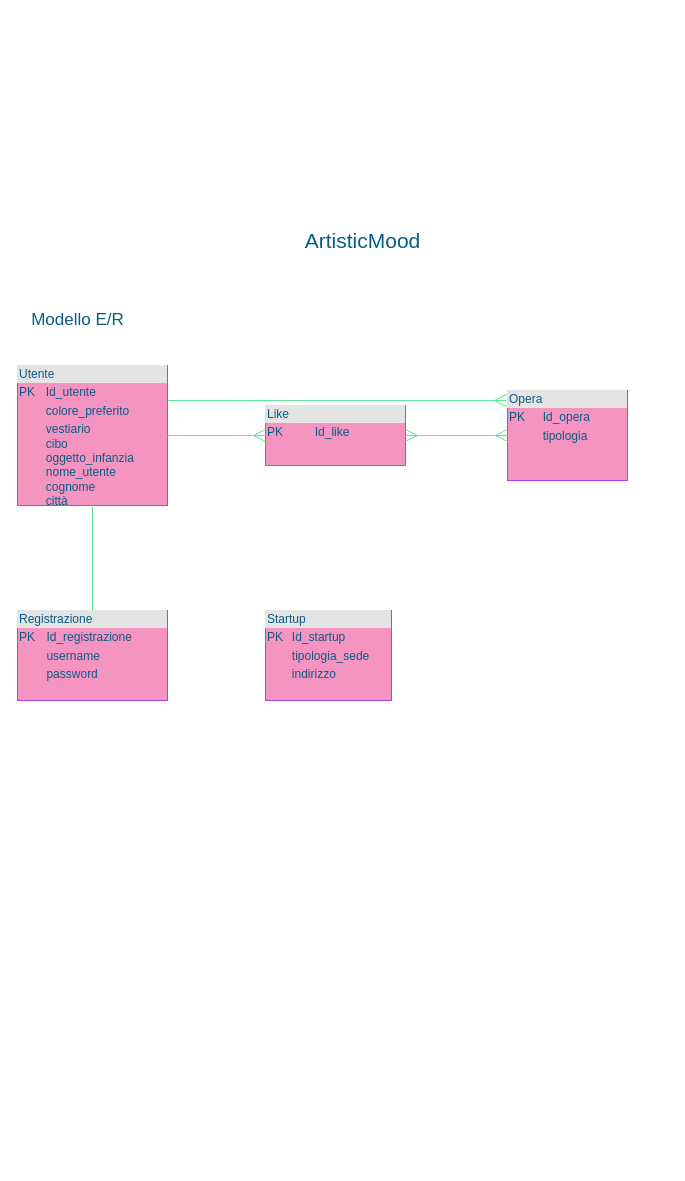
The draw.io diagram ArtisticMood.drawio in ChiaraGismondi02/ArtisticMood, before the edit. Source tidied: cells renumbered, new cells numbered last; positions are measured from the earlier drawing's top-left corner, leaving out a move shared by most shapes. Both pictures are drawn from the tidied source at 100%, with x=0, y=0 at pixel (17, 230).
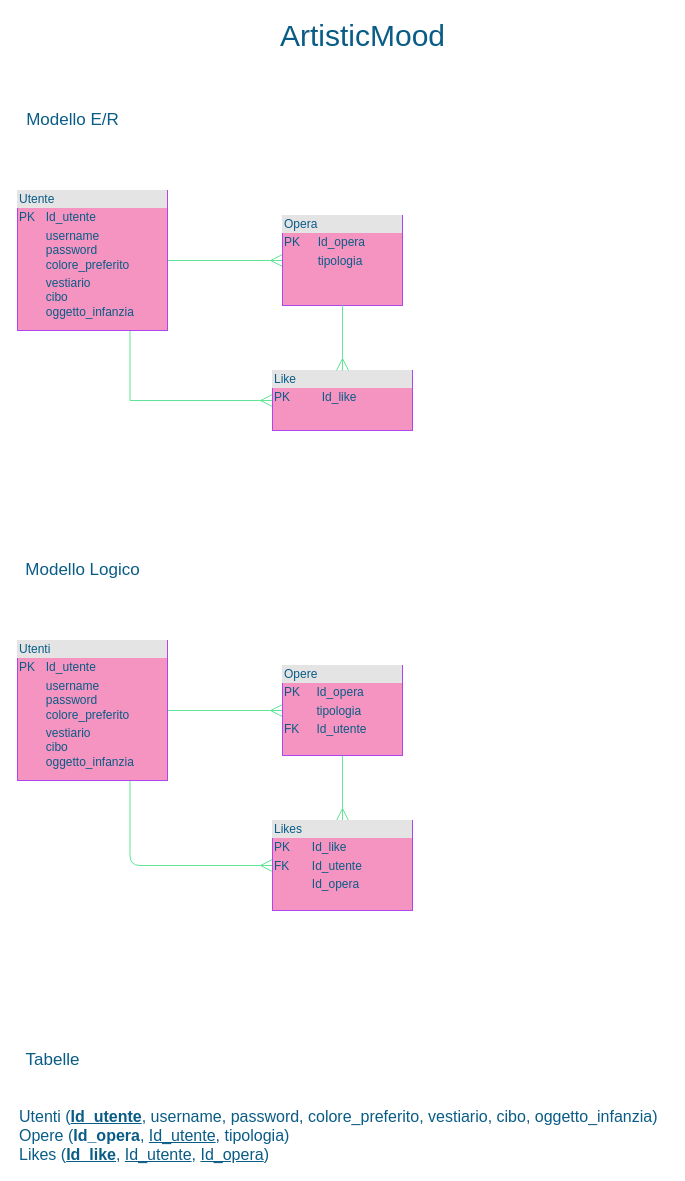
The same page after the edit.

What changed in the source:
```diff
@@
 <mxGraphModel>
   <root>
     <mxCell id="0" />
     <mxCell id="1" parent="0" />
+    <mxCell id="8" style="edgeStyle=orthogonalEdgeStyle;rounded=0;jettySize=auto;html=1;exitX=0.75;exitY=1;exitDx=0;exitDy=0;entryX=0;entryY=0.5;entryDx=0;entryDy=0;endArrow=ERmany;endFill=0;endSize=10;strokeColor=#60E696;fontColor=#095C86;" parent="1" edge="1" source="3" target="7">
+      <mxGeometry relative="1" as="geometry" />
+    </mxCell>
-    <mxCell id="2" style="edgeStyle=orthogonalEdgeStyle;curved=0;rounded=1;sketch=0;jettySize=auto;html=1;exitX=1;exitY=0.25;exitDx=0;exitDy=0;entryX=-0.008;entryY=0.111;entryDx=0;entryDy=0;entryPerimeter=0;fontColor=#095C86;strokeColor=#60E696;fillColor=#F694C1;endArrow=ERmany;endFill=0;endSize=10;" parent="1" edge="1" source="3" target="4">
+    <mxCell id="2" style="edgeStyle=orthogonalEdgeStyle;rounded=0;jettySize=auto;html=1;exitX=1;exitY=0.5;exitDx=0;exitDy=0;entryX=0;entryY=0.5;entryDx=0;entryDy=0;endArrow=ERmany;endFill=0;endSize=10;strokeColor=#60E696;fontColor=#095C86;" parent="1" edge="1" source="3" target="4">
       <mxGeometry relative="1" as="geometry" />
     </mxCell>
-    <mxCell id="3" value="&lt;div style=&quot;box-sizing: border-box ; width: 100% ; background: #e4e4e4 ; padding: 2px&quot;&gt;Utente&lt;/div&gt;&lt;table style=&quot;width: 100% ; font-size: 1em&quot; cellpadding=&quot;2&quot; cellspacing=&quot;0&quot;&gt;&lt;tbody&gt;&lt;tr&gt;&lt;td&gt;PK&lt;/td&gt;&lt;td&gt;Id_utente&lt;/td&gt;&lt;/tr&gt;&lt;tr&gt;&lt;td&gt;&lt;br&gt;&lt;/td&gt;&lt;td&gt;colore_preferito&lt;/td&gt;&lt;/tr&gt;&lt;tr&gt;&lt;td&gt;&lt;/td&gt;&lt;td&gt;vestiario&lt;br&gt;cibo&lt;br&gt;oggetto_infanzia&lt;br&gt;nome_utente&lt;br&gt;cognome&lt;br&gt;città&lt;/td&gt;&lt;/tr&gt;&lt;/tbody&gt;&lt;/table&gt;" style="verticalAlign=top;align=left;overflow=fill;html=1;fillColor=#F694C1;strokeColor=#AF45ED;fontColor=#095C86;" parent="1" vertex="1">
-      <mxGeometry y="135" width="150" height="140" as="geometry" />
+    <mxCell id="3" value="&lt;div style=&quot;box-sizing: border-box ; width: 100% ; background: #e4e4e4 ; padding: 2px&quot;&gt;Utente&lt;/div&gt;&lt;table style=&quot;width: 100% ; font-size: 1em&quot; cellpadding=&quot;2&quot; cellspacing=&quot;0&quot;&gt;&lt;tbody&gt;&lt;tr&gt;&lt;td&gt;PK&lt;/td&gt;&lt;td&gt;Id_utente&lt;br&gt;&lt;/td&gt;&lt;/tr&gt;&lt;tr&gt;&lt;td&gt;&lt;br&gt;&lt;/td&gt;&lt;td&gt;username&lt;br&gt;password&lt;br&gt;colore_preferito&lt;/td&gt;&lt;/tr&gt;&lt;tr&gt;&lt;td&gt;&lt;/td&gt;&lt;td&gt;vestiario&lt;br&gt;cibo&lt;br&gt;oggetto_infanzia&lt;br&gt;&lt;/td&gt;&lt;/tr&gt;&lt;/tbody&gt;&lt;/table&gt;" style="verticalAlign=top;align=left;overflow=fill;html=1;fillColor=#F694C1;strokeColor=#AF45ED;fontColor=#095C86;" parent="1" vertex="1">
+      <mxGeometry y="-40" width="150" height="140" as="geometry" />
     </mxCell>
     <mxCell id="4" value="&lt;div style=&quot;box-sizing: border-box ; width: 100% ; background: #e4e4e4 ; padding: 2px&quot;&gt;Opera&lt;/div&gt;&lt;table style=&quot;width: 100% ; font-size: 1em&quot; cellpadding=&quot;2&quot; cellspacing=&quot;0&quot;&gt;&lt;tbody&gt;&lt;tr&gt;&lt;td&gt;PK&lt;/td&gt;&lt;td&gt;Id_opera&lt;/td&gt;&lt;/tr&gt;&lt;tr&gt;&lt;td&gt;&lt;br&gt;&lt;/td&gt;&lt;td&gt;tipologia&lt;/td&gt;&lt;/tr&gt;&lt;tr&gt;&lt;td&gt;&lt;/td&gt;&lt;td&gt;&lt;br&gt;&lt;/td&gt;&lt;/tr&gt;&lt;/tbody&gt;&lt;/table&gt;" style="verticalAlign=top;align=left;overflow=fill;html=1;fillColor=#F694C1;strokeColor=#AF45ED;fontColor=#095C86;" parent="1" vertex="1">
-      <mxGeometry x="490" y="160" width="120" height="90" as="geometry" />
+      <mxGeometry x="265" y="-15" width="120" height="90" as="geometry" />
     </mxCell>
-    <mxCell id="5" value="&lt;div style=&quot;box-sizing: border-box ; width: 100% ; background: #e4e4e4 ; padding: 2px&quot;&gt;Registrazione&lt;/div&gt;&lt;table style=&quot;width: 100% ; font-size: 1em&quot; cellpadding=&quot;2&quot; cellspacing=&quot;0&quot;&gt;&lt;tbody&gt;&lt;tr&gt;&lt;td&gt;PK&lt;/td&gt;&lt;td&gt;Id_registrazione&lt;/td&gt;&lt;/tr&gt;&lt;tr&gt;&lt;td&gt;&lt;br&gt;&lt;/td&gt;&lt;td&gt;username&lt;/td&gt;&lt;/tr&gt;&lt;tr&gt;&lt;td&gt;&lt;/td&gt;&lt;td&gt;password&lt;/td&gt;&lt;/tr&gt;&lt;/tbody&gt;&lt;/table&gt;" style="verticalAlign=top;align=left;overflow=fill;html=1;fillColor=#F694C1;strokeColor=#AF45ED;fontColor=#095C86;" parent="1" vertex="1">
-      <mxGeometry y="380" width="150" height="90" as="geometry" />
-    </mxCell>
-    <mxCell id="6" value="&lt;div style=&quot;box-sizing: border-box ; width: 100% ; background: #e4e4e4 ; padding: 2px&quot;&gt;Startup&lt;/div&gt;&lt;table style=&quot;width: 100% ; font-size: 1em&quot; cellpadding=&quot;2&quot; cellspacing=&quot;0&quot;&gt;&lt;tbody&gt;&lt;tr&gt;&lt;td&gt;PK&lt;/td&gt;&lt;td&gt;Id_startup&lt;/td&gt;&lt;/tr&gt;&lt;tr&gt;&lt;td&gt;&lt;br&gt;&lt;/td&gt;&lt;td&gt;tipologia_sede&lt;/td&gt;&lt;/tr&gt;&lt;tr&gt;&lt;td&gt;&lt;/td&gt;&lt;td&gt;indirizzo&lt;br&gt;&lt;br&gt;&lt;/td&gt;&lt;/tr&gt;&lt;/tbody&gt;&lt;/table&gt;" style="verticalAlign=top;align=left;overflow=fill;html=1;fillColor=#F694C1;strokeColor=#AF45ED;fontColor=#095C86;" parent="1" vertex="1">
-      <mxGeometry x="248" y="380" width="126" height="90" as="geometry" />
-    </mxCell>
     <mxCell id="7" value="&lt;div style=&quot;box-sizing: border-box ; width: 100% ; background: #e4e4e4 ; padding: 2px&quot;&gt;Like&lt;/div&gt;&lt;table style=&quot;width: 100% ; font-size: 1em&quot; cellpadding=&quot;2&quot; cellspacing=&quot;0&quot;&gt;&lt;tbody&gt;&lt;tr&gt;&lt;td&gt;PK&lt;/td&gt;&lt;td&gt;Id_like&lt;/td&gt;&lt;/tr&gt;&lt;tr&gt;&lt;td&gt;&lt;br&gt;&lt;/td&gt;&lt;td&gt;&lt;br&gt;&lt;/td&gt;&lt;/tr&gt;&lt;tr&gt;&lt;td&gt;&lt;/td&gt;&lt;td&gt;&lt;br&gt;&lt;/td&gt;&lt;/tr&gt;&lt;/tbody&gt;&lt;/table&gt;" style="verticalAlign=top;align=left;overflow=fill;html=1;fillColor=#F694C1;strokeColor=#AF45ED;fontColor=#095C86;" parent="1" vertex="1">
-      <mxGeometry x="248" y="175" width="140" height="60" as="geometry" />
+      <mxGeometry x="255" y="140" width="140" height="60" as="geometry" />
     </mxCell>
-    <mxCell id="8" style="endArrow=ERmany;endFill=0;endSize=10;html=1;startSize=10;exitX=1;exitY=0.5;exitDx=0;exitDy=0;entryX=0;entryY=0.5;entryDx=0;entryDy=0;strokeColor=#60E696;fontColor=#095C86;" parent="1" edge="1" source="3" target="7">
-      <mxGeometry relative="1" as="geometry" />
-    </mxCell>
-    <mxCell id="9" style="endArrow=ERmany;endFill=0;endSize=10;html=1;exitX=0;exitY=0.5;exitDx=0;exitDy=0;startArrow=ERmany;startFill=0;startSize=10;entryX=1;entryY=0.5;entryDx=0;entryDy=0;strokeColor=#60E696;fontColor=#095C86;" parent="1" edge="1" source="4" target="7">
+    <mxCell id="9" style="endArrow=ERmany;endFill=0;endSize=10;html=1;exitX=0.5;exitY=1;exitDx=0;exitDy=0;startArrow=none;startFill=0;startSize=10;entryX=0.5;entryY=0;entryDx=0;entryDy=0;strokeColor=#60E696;fontColor=#095C86;" parent="1" edge="1" source="4" target="7">
       <mxGeometry relative="1" as="geometry" />
     </mxCell>
-    <mxCell id="10" style="endArrow=none;endFill=0;endSize=12;html=1;exitX=0.5;exitY=0;exitDx=0;exitDy=0;entryX=0.5;entryY=1;entryDx=0;entryDy=0;strokeColor=#60E696;fontColor=#095C86;" parent="1" edge="1" source="5" target="3">
-      <mxGeometry relative="1" as="geometry" />
-    </mxCell>
     <mxCell id="11" value="&lt;font style=&quot;font-size: 17px&quot;&gt;Modello E/R&lt;/font&gt;" style="text;html=1;align=center;verticalAlign=middle;fillColor=none;strokeColor=none;rounded=0;sketch=0;fontColor=#095C86;" parent="1" vertex="1">
-      <mxGeometry x="5" y="80" width="110" height="20" as="geometry" />
+      <mxGeometry y="-120" width="110" height="20" as="geometry" />
     </mxCell>
-    <mxCell id="12" value="&lt;font style=&quot;font-size: 21px&quot;&gt;ArtisticMood&lt;/font&gt;" style="text;html=1;align=center;verticalAlign=middle;fillColor=none;strokeColor=none;rounded=0;sketch=0;fontColor=#095C86;" parent="1" vertex="1">
-      <mxGeometry x="280" width="130" height="20" as="geometry" />
+    <mxCell id="12" value="&lt;font style=&quot;font-size: 30px&quot;&gt;ArtisticMood&lt;/font&gt;" style="text;html=1;align=center;verticalAlign=middle;fillColor=none;strokeColor=none;rounded=0;sketch=0;fontColor=#095C86;" parent="1" vertex="1">
+      <mxGeometry x="255" y="-210" width="180" height="30" as="geometry" />
     </mxCell>
+    <mxCell id="13" value="&lt;font style=&quot;font-size: 17px&quot;&gt;Modello Logico&lt;/font&gt;" style="text;html=1;align=center;verticalAlign=middle;fillColor=none;strokeColor=none;rounded=0;sketch=0;fontColor=#095C86;" parent="1" vertex="1">
+      <mxGeometry y="330" width="130" height="20" as="geometry" />
+    </mxCell>
+    <mxCell id="14" style="edgeStyle=orthogonalEdgeStyle;curved=0;rounded=1;sketch=0;jettySize=auto;html=1;exitX=1;exitY=0.5;exitDx=0;exitDy=0;entryX=0;entryY=0.5;entryDx=0;entryDy=0;fontColor=#095C86;strokeColor=#60E696;fillColor=#F694C1;endArrow=ERmany;endFill=0;endSize=10;" parent="1" edge="1" source="16" target="18">
+      <mxGeometry relative="1" as="geometry" />
+    </mxCell>
+    <mxCell id="15" style="edgeStyle=orthogonalEdgeStyle;curved=0;rounded=1;sketch=0;jettySize=auto;html=1;exitX=0.75;exitY=1;exitDx=0;exitDy=0;entryX=0;entryY=0.5;entryDx=0;entryDy=0;fontColor=#095C86;startArrow=none;startFill=0;endArrow=ERmany;endFill=0;startSize=10;endSize=10;strokeColor=#60E696;fillColor=#F694C1;" parent="1" edge="1" source="16" target="19">
+      <mxGeometry relative="1" as="geometry" />
+    </mxCell>
+    <mxCell id="16" value="&lt;div style=&quot;box-sizing: border-box ; width: 100% ; background: #e4e4e4 ; padding: 2px&quot;&gt;Utenti&lt;/div&gt;&lt;table style=&quot;width: 100% ; font-size: 1em&quot; cellpadding=&quot;2&quot; cellspacing=&quot;0&quot;&gt;&lt;tbody&gt;&lt;tr&gt;&lt;td&gt;PK&lt;/td&gt;&lt;td&gt;Id_utente&lt;br&gt;&lt;/td&gt;&lt;/tr&gt;&lt;tr&gt;&lt;td&gt;&lt;br&gt;&lt;/td&gt;&lt;td&gt;username&lt;br&gt;password&lt;br&gt;colore_preferito&lt;/td&gt;&lt;/tr&gt;&lt;tr&gt;&lt;td&gt;&lt;/td&gt;&lt;td&gt;vestiario&lt;br&gt;cibo&lt;br&gt;oggetto_infanzia&lt;br&gt;&lt;/td&gt;&lt;/tr&gt;&lt;/tbody&gt;&lt;/table&gt;" style="verticalAlign=top;align=left;overflow=fill;html=1;fillColor=#F694C1;strokeColor=#AF45ED;fontColor=#095C86;" parent="1" vertex="1">
+      <mxGeometry y="410" width="150" height="140" as="geometry" />
+    </mxCell>
+    <mxCell id="17" style="edgeStyle=orthogonalEdgeStyle;curved=0;rounded=1;sketch=0;jettySize=auto;html=1;entryX=0.5;entryY=0;entryDx=0;entryDy=0;fontColor=#095C86;endArrow=ERmany;endFill=0;endSize=10;strokeColor=#60E696;fillColor=#F694C1;startArrow=none;startFill=0;startSize=10;exitX=0.5;exitY=1;exitDx=0;exitDy=0;" parent="1" edge="1" source="18" target="19">
+      <mxGeometry relative="1" as="geometry" />
+    </mxCell>
+    <mxCell id="18" value="&lt;div style=&quot;box-sizing: border-box ; width: 100% ; background: #e4e4e4 ; padding: 2px&quot;&gt;Opere&lt;/div&gt;&lt;table style=&quot;width: 100% ; font-size: 1em&quot; cellpadding=&quot;2&quot; cellspacing=&quot;0&quot;&gt;&lt;tbody&gt;&lt;tr&gt;&lt;td&gt;PK&lt;/td&gt;&lt;td&gt;Id_opera&lt;/td&gt;&lt;/tr&gt;&lt;tr&gt;&lt;td&gt;&lt;br&gt;&lt;/td&gt;&lt;td&gt;tipologia&lt;/td&gt;&lt;/tr&gt;&lt;tr&gt;&lt;td&gt;FK&lt;/td&gt;&lt;td&gt;Id_utente&lt;/td&gt;&lt;/tr&gt;&lt;/tbody&gt;&lt;/table&gt;" style="verticalAlign=top;align=left;overflow=fill;html=1;fillColor=#F694C1;strokeColor=#AF45ED;fontColor=#095C86;" parent="1" vertex="1">
+      <mxGeometry x="265" y="435" width="120" height="90" as="geometry" />
+    </mxCell>
+    <mxCell id="19" value="&lt;div style=&quot;box-sizing: border-box ; width: 100% ; background: #e4e4e4 ; padding: 2px&quot;&gt;Likes&lt;/div&gt;&lt;table style=&quot;width: 100% ; font-size: 1em&quot; cellpadding=&quot;2&quot; cellspacing=&quot;0&quot;&gt;&lt;tbody&gt;&lt;tr&gt;&lt;td&gt;PK&lt;/td&gt;&lt;td&gt;Id_like&lt;/td&gt;&lt;/tr&gt;&lt;tr&gt;&lt;td&gt;FK&lt;/td&gt;&lt;td&gt;Id_utente&lt;/td&gt;&lt;/tr&gt;&lt;tr&gt;&lt;td&gt;&lt;/td&gt;&lt;td&gt;Id_opera&lt;/td&gt;&lt;/tr&gt;&lt;/tbody&gt;&lt;/table&gt;" style="verticalAlign=top;align=left;overflow=fill;html=1;fillColor=#F694C1;strokeColor=#AF45ED;fontColor=#095C86;" parent="1" vertex="1">
+      <mxGeometry x="255" y="590" width="140" height="90" as="geometry" />
+    </mxCell>
+    <mxCell id="20" value="&lt;span style=&quot;font-size: 17px&quot;&gt;Tabelle&lt;/span&gt;" style="text;html=1;align=center;verticalAlign=middle;fillColor=none;strokeColor=none;rounded=0;sketch=0;fontColor=#095C86;" parent="1" vertex="1">
+      <mxGeometry y="820" width="70" height="20" as="geometry" />
+    </mxCell>
+    <mxCell id="21" value="&lt;font style=&quot;font-size: 16px&quot;&gt;Utenti (&lt;u&gt;&lt;b&gt;Id_utente&lt;/b&gt;&lt;/u&gt;, username, password, colore_preferito, vestiario, cibo, oggetto_infanzia)&lt;br&gt;Opere (&lt;b&gt;Id_opera&lt;/b&gt;, &lt;u&gt;Id_utente&lt;/u&gt;, tipologia)&lt;br&gt;Likes (&lt;u&gt;&lt;b&gt;Id_like&lt;/b&gt;&lt;/u&gt;, &lt;u&gt;Id_utente&lt;/u&gt;, &lt;u&gt;Id_opera&lt;/u&gt;)&amp;nbsp;&lt;/font&gt;" style="text;html=1;align=left;verticalAlign=middle;fillColor=none;strokeColor=none;rounded=0;sketch=0;fontColor=#095C86;" parent="1" vertex="1">
+      <mxGeometry y="880" width="650" height="50" as="geometry" />
+    </mxCell>
   </root>
 </mxGraphModel>
```
